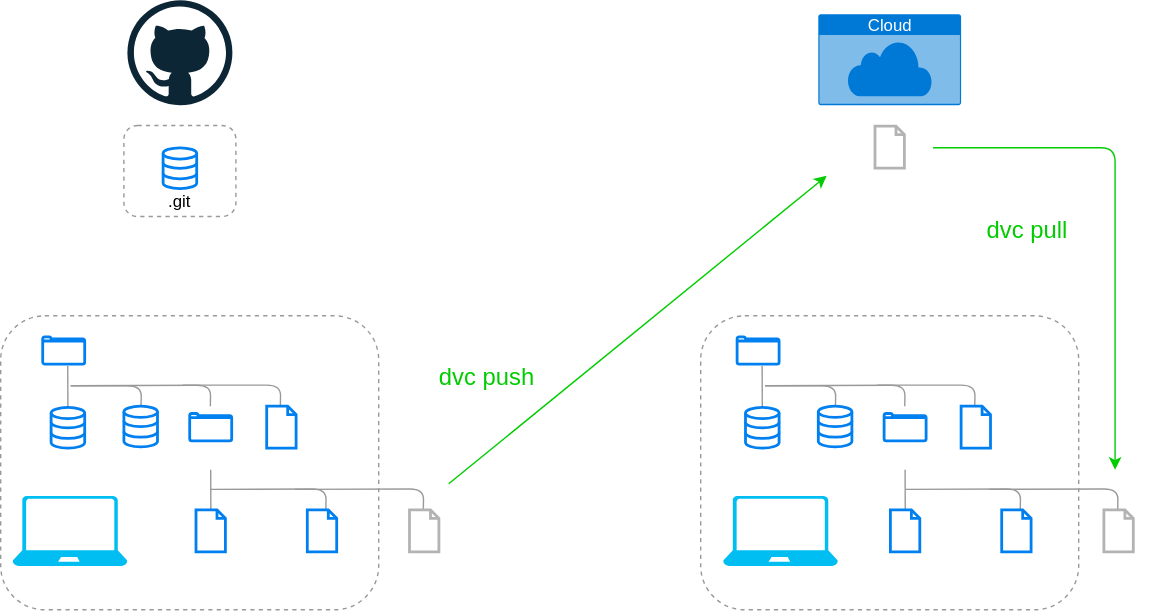
This is drawio/dvc.svg from kazuyanagimoto/github-workshop, a draw.io export, as it was before one commit. Source tidied: cells renumbered, new cells last; positions are measured from the earlier drawing's top-left corner, leaving out a move shared by most shapes. Its diagram source:
```xml
<mxGraphModel>
  <root>
    <mxCell id="0" />
    <mxCell id="1" parent="0" />
    <mxCell id="2" style="html=1;verticalLabelPosition=bottom;align=center;labelBackgroundColor=#ffffff;verticalAlign=top;strokeWidth=2;strokeColor=#0080F0;shadow=0;dashed=0;shape=mxgraph.ios7.icons.folder;fontSize=16;fillColor=none;" parent="1" vertex="1">
      <mxGeometry x="30" y="240" width="30" height="19.5" as="geometry" />
    </mxCell>
    <mxCell id="3" style="endArrow=none;html=1;fontSize=16;entryX=0.596;entryY=1.071;entryDx=0;entryDy=0;entryPerimeter=0;strokeColor=#999999;" parent="1" edge="1" target="2">
      <mxGeometry relative="1" as="geometry">
        <mxPoint x="48" y="290" as="sourcePoint" />
      </mxGeometry>
    </mxCell>
    <mxCell id="4" style="endArrow=none;html=1;fontSize=16;strokeColor=#999999;" parent="1" edge="1">
      <mxGeometry relative="1" as="geometry">
        <mxPoint x="50" y="275" as="sourcePoint" />
        <mxPoint x="149.8" y="289.5" as="targetPoint" />
        <Array as="points">
          <mxPoint x="150" y="274.5" />
        </Array>
      </mxGeometry>
    </mxCell>
    <mxCell id="5" style="endArrow=none;html=1;fontSize=16;strokeColor=#999999;" parent="1" edge="1">
      <mxGeometry relative="1" as="geometry">
        <mxPoint x="130" y="274.5" as="sourcePoint" />
        <mxPoint x="199.8" y="289.5" as="targetPoint" />
        <Array as="points">
          <mxPoint x="200" y="274.5" />
        </Array>
      </mxGeometry>
    </mxCell>
    <mxCell id="6" style="html=1;verticalLabelPosition=bottom;align=center;labelBackgroundColor=none;verticalAlign=top;strokeWidth=2;strokeColor=#0080F0;shadow=0;dashed=0;shape=mxgraph.ios7.icons.document;fontSize=16;fillColor=none;fontColor=#FFFFFF;" parent="1" vertex="1">
      <mxGeometry x="190" y="289.5" width="21" height="30" as="geometry" />
    </mxCell>
    <mxCell id="7" value=".git" style="html=1;verticalLabelPosition=bottom;align=center;labelBackgroundColor=none;verticalAlign=top;strokeWidth=2;strokeColor=#0080F0;shadow=0;dashed=0;shape=mxgraph.ios7.icons.data;fillColor=none;fontColor=#FFFFFF;" parent="1" vertex="1">
      <mxGeometry x="36" y="290.5" width="24" height="29.1" as="geometry" />
    </mxCell>
    <mxCell id="8" value="data" style="html=1;verticalLabelPosition=bottom;align=center;labelBackgroundColor=none;verticalAlign=top;strokeWidth=2;strokeColor=#0080F0;shadow=0;dashed=0;shape=mxgraph.ios7.icons.folder;fontSize=12;fillColor=none;fontColor=#FFFFFF;" parent="1" vertex="1">
      <mxGeometry x="135" y="294.8" width="30" height="19.5" as="geometry" />
    </mxCell>
    <mxCell id="9" style="rounded=1;whiteSpace=wrap;html=1;fontSize=16;strokeColor=#999999;dashed=1;fillColor=none;" parent="1" vertex="1">
      <mxGeometry x="88" y="89.1" width="80" height="65" as="geometry" />
    </mxCell>
    <mxCell id="10" style="html=1;verticalLabelPosition=bottom;align=center;labelBackgroundColor=none;verticalAlign=top;strokeWidth=2;strokeColor=#0080F0;shadow=0;dashed=0;shape=mxgraph.ios7.icons.data;fillColor=none;fontColor=#FFFFFF;" parent="1" vertex="1">
      <mxGeometry x="116" y="105" width="24" height="29.1" as="geometry" />
    </mxCell>
    <mxCell id="11" value=".git" style="text;html=1;strokeColor=none;fillColor=none;align=center;verticalAlign=middle;whiteSpace=wrap;rounded=0;" parent="1" vertex="1">
      <mxGeometry x="108" y="134.1" width="40" height="20" as="geometry" />
    </mxCell>
    <mxCell id="12" style="shape=flexArrow;endArrow=classic;html=1;fontColor=#FFFFFF;strokeColor=#FFFFFF;" parent="1" edge="1">
      <mxGeometry relative="1" as="geometry">
        <mxPoint x="125" y="209.5" as="sourcePoint" />
        <mxPoint x="125" y="169.5" as="targetPoint" />
      </mxGeometry>
    </mxCell>
    <mxCell id="13" value="git pull" style="text;html=1;strokeColor=none;fillColor=none;align=center;verticalAlign=middle;whiteSpace=wrap;rounded=0;fontSize=20;fontColor=#FFFFFF;" parent="1" vertex="1">
      <mxGeometry x="294.5" y="109.6" width="65" height="40" as="geometry" />
    </mxCell>
    <mxCell id="14" value="git push" style="text;html=1;strokeColor=none;fillColor=none;align=center;verticalAlign=middle;whiteSpace=wrap;rounded=0;fontSize=20;fontColor=#FFFFFF;" parent="1" vertex="1">
      <mxGeometry x="160.5" y="169.5" width="79.5" height="40" as="geometry" />
    </mxCell>
    <mxCell id="15" style="dashed=0;html=1;align=center;labelPosition=center;verticalLabelPosition=bottom;verticalAlign=top;shape=mxgraph.weblogos.github;fontSize=15;" parent="1" vertex="1">
      <mxGeometry x="90.5" y="-0.4" width="75" height="75" as="geometry" />
    </mxCell>
    <mxCell id="16" style="verticalLabelPosition=bottom;html=1;verticalAlign=top;align=center;strokeColor=none;fillColor=#00BEF2;shape=mxgraph.azure.laptop;fontSize=15;" parent="1" vertex="1">
      <mxGeometry x="8.5" y="353.7" width="82" height="50" as="geometry" />
    </mxCell>
    <mxCell id="17" style="endArrow=none;html=1;fontSize=16;strokeColor=#999999;" parent="1" edge="1">
      <mxGeometry relative="1" as="geometry">
        <mxPoint x="50" y="275" as="sourcePoint" />
        <mxPoint x="100.2" y="290" as="targetPoint" />
        <Array as="points">
          <mxPoint x="100.5" y="275" />
        </Array>
      </mxGeometry>
    </mxCell>
    <mxCell id="18" value=".dvc" style="html=1;verticalLabelPosition=bottom;align=center;labelBackgroundColor=none;verticalAlign=top;strokeWidth=2;strokeColor=#0080F0;shadow=0;dashed=0;shape=mxgraph.ios7.icons.data;fillColor=none;fontColor=#FFFFFF;" parent="1" vertex="1">
      <mxGeometry x="88" y="289.6" width="24" height="29.1" as="geometry" />
    </mxCell>
    <mxCell id="19" style="endArrow=none;html=1;fontSize=16;entryX=0.596;entryY=1.071;entryDx=0;entryDy=0;entryPerimeter=0;strokeColor=#999999;" parent="1" edge="1">
      <mxGeometry relative="1" as="geometry">
        <mxPoint x="150.1" y="364.1" as="sourcePoint" />
        <mxPoint x="150" y="335" as="targetPoint" />
      </mxGeometry>
    </mxCell>
    <mxCell id="20" style="endArrow=none;html=1;fontSize=16;strokeColor=#999999;" parent="1" edge="1">
      <mxGeometry relative="1" as="geometry">
        <mxPoint x="150" y="349" as="sourcePoint" />
        <mxPoint x="232.2" y="363.7" as="targetPoint" />
        <Array as="points">
          <mxPoint x="232.5" y="348.7" />
        </Array>
      </mxGeometry>
    </mxCell>
    <mxCell id="21" style="endArrow=none;html=1;fontSize=16;strokeColor=#999999;" parent="1" edge="1">
      <mxGeometry relative="1" as="geometry">
        <mxPoint x="210" y="349" as="sourcePoint" />
        <mxPoint x="301.9" y="363.7" as="targetPoint" />
        <Array as="points">
          <mxPoint x="302.1" y="348.7" />
        </Array>
      </mxGeometry>
    </mxCell>
    <mxCell id="22" value=".gitignore" style="html=1;verticalLabelPosition=bottom;align=center;labelBackgroundColor=none;verticalAlign=top;strokeWidth=2;strokeColor=#0080F0;shadow=0;dashed=0;shape=mxgraph.ios7.icons.document;fontSize=12;fillColor=none;fontColor=#FFFFFF;" parent="1" vertex="1">
      <mxGeometry x="139.5" y="363.7" width="21" height="30" as="geometry" />
    </mxCell>
    <mxCell id="23" value="data1.csv.dvc" style="html=1;verticalLabelPosition=bottom;align=center;labelBackgroundColor=none;verticalAlign=top;strokeWidth=2;strokeColor=#0080F0;shadow=0;dashed=0;shape=mxgraph.ios7.icons.document;fontSize=12;fillColor=none;fontColor=#FFFFFF;" parent="1" vertex="1">
      <mxGeometry x="219" y="363.7" width="21" height="30" as="geometry" />
    </mxCell>
    <mxCell id="24" value="data1.csv" style="html=1;verticalLabelPosition=bottom;align=center;labelBackgroundColor=none;verticalAlign=top;strokeWidth=2;shadow=0;dashed=0;shape=mxgraph.ios7.icons.document;fontSize=12;fillColor=none;strokeColor=#B3B3B3;fontColor=#FFFFFF;" parent="1" vertex="1">
      <mxGeometry x="292" y="363.7" width="21" height="30" as="geometry" />
    </mxCell>
    <mxCell id="25" style="rounded=1;whiteSpace=wrap;html=1;fontSize=16;strokeColor=#999999;dashed=1;fillColor=none;" parent="1" vertex="1">
      <mxGeometry y="225" width="270" height="210" as="geometry" />
    </mxCell>
    <mxCell id="26" style="html=1;verticalLabelPosition=bottom;align=center;labelBackgroundColor=#ffffff;verticalAlign=top;strokeWidth=2;strokeColor=#0080F0;shadow=0;dashed=0;shape=mxgraph.ios7.icons.folder;fontSize=16;fillColor=none;" parent="1" vertex="1">
      <mxGeometry x="526" y="240" width="30" height="19.5" as="geometry" />
    </mxCell>
    <mxCell id="27" style="endArrow=none;html=1;fontSize=16;entryX=0.596;entryY=1.071;entryDx=0;entryDy=0;entryPerimeter=0;strokeColor=#999999;" parent="1" edge="1" target="26">
      <mxGeometry relative="1" as="geometry">
        <mxPoint x="544" y="290" as="sourcePoint" />
      </mxGeometry>
    </mxCell>
    <mxCell id="28" style="endArrow=none;html=1;fontSize=16;strokeColor=#999999;" parent="1" edge="1">
      <mxGeometry relative="1" as="geometry">
        <mxPoint x="546" y="275" as="sourcePoint" />
        <mxPoint x="645.8" y="289.5" as="targetPoint" />
        <Array as="points">
          <mxPoint x="646" y="274.5" />
        </Array>
      </mxGeometry>
    </mxCell>
    <mxCell id="29" style="endArrow=none;html=1;fontSize=16;strokeColor=#999999;" parent="1" edge="1">
      <mxGeometry relative="1" as="geometry">
        <mxPoint x="626" y="274.5" as="sourcePoint" />
        <mxPoint x="695.8" y="289.5" as="targetPoint" />
        <Array as="points">
          <mxPoint x="696" y="274.5" />
        </Array>
      </mxGeometry>
    </mxCell>
    <mxCell id="30" style="html=1;verticalLabelPosition=bottom;align=center;labelBackgroundColor=none;verticalAlign=top;strokeWidth=2;strokeColor=#0080F0;shadow=0;dashed=0;shape=mxgraph.ios7.icons.document;fontSize=16;fillColor=none;fontColor=#FFFFFF;" parent="1" vertex="1">
      <mxGeometry x="686" y="289.5" width="21" height="30" as="geometry" />
    </mxCell>
    <mxCell id="31" value=".git" style="html=1;verticalLabelPosition=bottom;align=center;labelBackgroundColor=none;verticalAlign=top;strokeWidth=2;strokeColor=#0080F0;shadow=0;dashed=0;shape=mxgraph.ios7.icons.data;fillColor=none;fontColor=#FFFFFF;" parent="1" vertex="1">
      <mxGeometry x="532" y="290.5" width="24" height="29.1" as="geometry" />
    </mxCell>
    <mxCell id="32" value="data" style="html=1;verticalLabelPosition=bottom;align=center;labelBackgroundColor=none;verticalAlign=top;strokeWidth=2;strokeColor=#0080F0;shadow=0;dashed=0;shape=mxgraph.ios7.icons.folder;fontSize=12;fillColor=none;fontColor=#FFFFFF;" parent="1" vertex="1">
      <mxGeometry x="631" y="294.8" width="30" height="19.5" as="geometry" />
    </mxCell>
    <mxCell id="33" style="verticalLabelPosition=bottom;html=1;verticalAlign=top;align=center;strokeColor=none;fillColor=#00BEF2;shape=mxgraph.azure.laptop;fontSize=15;" parent="1" vertex="1">
      <mxGeometry x="516" y="353.7" width="82" height="50" as="geometry" />
    </mxCell>
    <mxCell id="34" style="endArrow=none;html=1;fontSize=16;strokeColor=#999999;" parent="1" edge="1">
      <mxGeometry relative="1" as="geometry">
        <mxPoint x="546" y="275" as="sourcePoint" />
        <mxPoint x="596.2" y="290" as="targetPoint" />
        <Array as="points">
          <mxPoint x="596.5" y="275" />
        </Array>
      </mxGeometry>
    </mxCell>
    <mxCell id="35" value=".dvc" style="html=1;verticalLabelPosition=bottom;align=center;labelBackgroundColor=none;verticalAlign=top;strokeWidth=2;strokeColor=#0080F0;shadow=0;dashed=0;shape=mxgraph.ios7.icons.data;fillColor=none;fontColor=#FFFFFF;" parent="1" vertex="1">
      <mxGeometry x="584" y="289.6" width="24" height="29.1" as="geometry" />
    </mxCell>
    <mxCell id="36" style="endArrow=none;html=1;fontSize=16;entryX=0.596;entryY=1.071;entryDx=0;entryDy=0;entryPerimeter=0;strokeColor=#999999;" parent="1" edge="1">
      <mxGeometry relative="1" as="geometry">
        <mxPoint x="646.1" y="364.1" as="sourcePoint" />
        <mxPoint x="646" y="335" as="targetPoint" />
      </mxGeometry>
    </mxCell>
    <mxCell id="37" style="endArrow=none;html=1;fontSize=16;strokeColor=#999999;" parent="1" edge="1">
      <mxGeometry relative="1" as="geometry">
        <mxPoint x="646" y="349" as="sourcePoint" />
        <mxPoint x="728.2" y="363.7" as="targetPoint" />
        <Array as="points">
          <mxPoint x="728.5" y="348.7" />
        </Array>
      </mxGeometry>
    </mxCell>
    <mxCell id="38" style="endArrow=none;html=1;fontSize=16;strokeColor=#999999;" parent="1" edge="1">
      <mxGeometry relative="1" as="geometry">
        <mxPoint x="706" y="349" as="sourcePoint" />
        <mxPoint x="797.9" y="363.7" as="targetPoint" />
        <Array as="points">
          <mxPoint x="798.1" y="348.7" />
        </Array>
      </mxGeometry>
    </mxCell>
    <mxCell id="39" value=".gitignore" style="html=1;verticalLabelPosition=bottom;align=center;labelBackgroundColor=none;verticalAlign=top;strokeWidth=2;strokeColor=#0080F0;shadow=0;dashed=0;shape=mxgraph.ios7.icons.document;fontSize=12;fillColor=none;fontColor=#FFFFFF;" parent="1" vertex="1">
      <mxGeometry x="635.5" y="363.7" width="21" height="30" as="geometry" />
    </mxCell>
    <mxCell id="40" value="data1.csv.dvc" style="html=1;verticalLabelPosition=bottom;align=center;labelBackgroundColor=none;verticalAlign=top;strokeWidth=2;strokeColor=#0080F0;shadow=0;dashed=0;shape=mxgraph.ios7.icons.document;fontSize=12;fillColor=none;fontColor=#FFFFFF;" parent="1" vertex="1">
      <mxGeometry x="715" y="363.7" width="21" height="30" as="geometry" />
    </mxCell>
    <mxCell id="41" value="data1.csv" style="html=1;verticalLabelPosition=bottom;align=center;labelBackgroundColor=none;verticalAlign=top;strokeWidth=2;shadow=0;dashed=0;shape=mxgraph.ios7.icons.document;fontSize=12;fillColor=none;strokeColor=#B3B3B3;fontColor=#FFFFFF;" parent="1" vertex="1">
      <mxGeometry x="788" y="363.7" width="21" height="30" as="geometry" />
    </mxCell>
    <mxCell id="42" style="rounded=1;whiteSpace=wrap;html=1;fontSize=16;strokeColor=#999999;dashed=1;fillColor=none;" parent="1" vertex="1">
      <mxGeometry x="500" y="225" width="270" height="210" as="geometry" />
    </mxCell>
    <mxCell id="43" value="Cloud" style="html=1;strokeColor=none;fillColor=#0079D6;labelPosition=center;verticalLabelPosition=middle;verticalAlign=top;align=center;fontSize=12;spacingTop=-6;fontColor=#FFFFFF;shape=mxgraph.sitemap.cloud;labelBackgroundColor=none;" parent="1" vertex="1">
      <mxGeometry x="584" y="9.6" width="102" height="65" as="geometry" />
    </mxCell>
    <mxCell id="44" value="data1.csv" style="html=1;verticalLabelPosition=bottom;align=center;labelBackgroundColor=none;verticalAlign=top;strokeWidth=2;shadow=0;dashed=0;shape=mxgraph.ios7.icons.document;fontSize=12;fillColor=none;strokeColor=#B3B3B3;fontColor=#FFFFFF;" parent="1" vertex="1">
      <mxGeometry x="624.5" y="89.6" width="21" height="30" as="geometry" />
    </mxCell>
    <mxCell id="45" style="shape=flexArrow;endArrow=classic;html=1;fontColor=#FFFFFF;strokeColor=#FFFFFF;" parent="1" edge="1">
      <mxGeometry relative="1" as="geometry">
        <mxPoint x="202.5" y="120.4" as="sourcePoint" />
        <mxPoint x="450" y="205" as="targetPoint" />
      </mxGeometry>
    </mxCell>
    <mxCell id="46" style="endArrow=classic;html=1;fontSize=12;strokeColor=#00CC00;" parent="1" edge="1">
      <mxGeometry relative="1" as="geometry">
        <mxPoint x="320" y="345" as="sourcePoint" />
        <mxPoint x="590" y="125" as="targetPoint" />
      </mxGeometry>
    </mxCell>
    <mxCell id="47" style="endArrow=classic;html=1;fontSize=12;strokeColor=#00CC00;" parent="1" edge="1">
      <mxGeometry relative="1" as="geometry">
        <mxPoint x="666" y="105" as="sourcePoint" />
        <mxPoint x="796" y="335" as="targetPoint" />
        <Array as="points">
          <mxPoint x="796" y="105" />
        </Array>
      </mxGeometry>
    </mxCell>
    <mxCell id="48" value="dvc push" style="text;html=1;strokeColor=none;fillColor=none;align=center;verticalAlign=middle;whiteSpace=wrap;rounded=0;labelBackgroundColor=none;fontSize=17;fontColor=#00CC00;" parent="1" vertex="1">
      <mxGeometry x="300" y="259.5" width="95" height="20" as="geometry" />
    </mxCell>
    <mxCell id="49" value="dvc pull" style="text;html=1;strokeColor=none;fillColor=none;align=center;verticalAlign=middle;whiteSpace=wrap;rounded=0;labelBackgroundColor=none;fontSize=17;fontColor=#00CC00;" parent="1" vertex="1">
      <mxGeometry x="686" y="155" width="95" height="20" as="geometry" />
    </mxCell>
  </root>
</mxGraphModel>
```
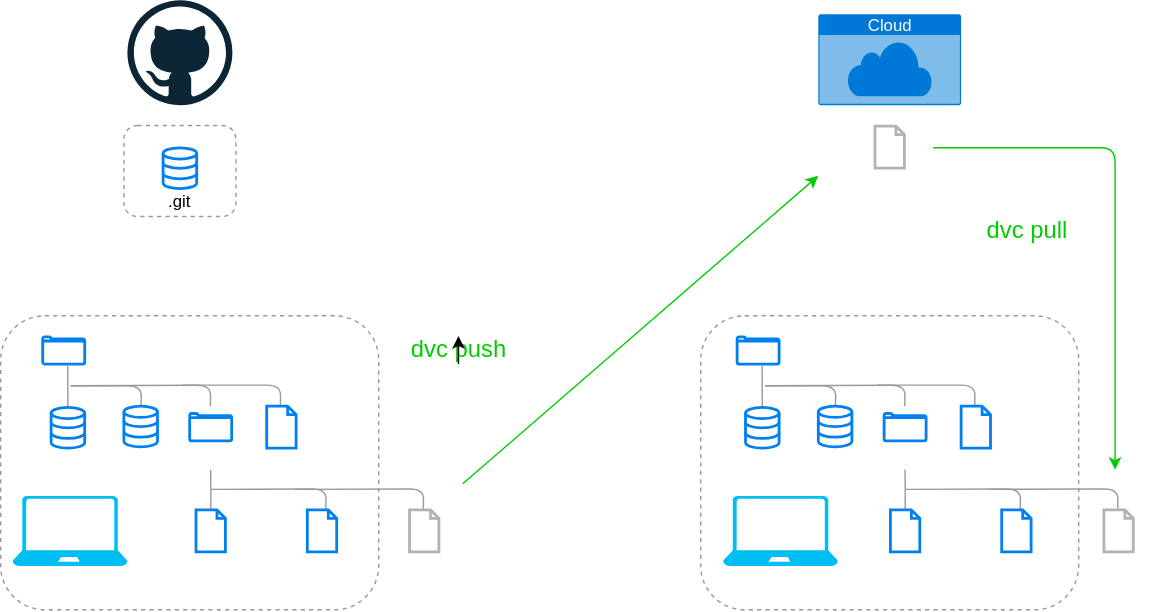
The same file after the commit.

Change to the diagram source:
```diff
@@ -206,14 +206,14 @@
     </mxCell>
     <mxCell id="45" style="shape=flexArrow;endArrow=classic;html=1;fontColor=#FFFFFF;strokeColor=#FFFFFF;" parent="1" edge="1">
       <mxGeometry relative="1" as="geometry">
-        <mxPoint x="202.5" y="120.4" as="sourcePoint" />
-        <mxPoint x="450" y="205" as="targetPoint" />
+        <mxPoint x="180" y="125" as="sourcePoint" />
+        <mxPoint x="500" y="235" as="targetPoint" />
       </mxGeometry>
     </mxCell>
     <mxCell id="46" style="endArrow=classic;html=1;fontSize=12;strokeColor=#00CC00;" parent="1" edge="1">
       <mxGeometry relative="1" as="geometry">
-        <mxPoint x="320" y="345" as="sourcePoint" />
-        <mxPoint x="590" y="125" as="targetPoint" />
+        <mxPoint x="330" y="345" as="sourcePoint" />
+        <mxPoint x="584" y="125" as="targetPoint" />
       </mxGeometry>
     </mxCell>
     <mxCell id="47" style="endArrow=classic;html=1;fontSize=12;strokeColor=#00CC00;" parent="1" edge="1">
@@ -226,10 +226,13 @@
       </mxGeometry>
     </mxCell>
     <mxCell id="48" value="dvc push" style="text;html=1;strokeColor=none;fillColor=none;align=center;verticalAlign=middle;whiteSpace=wrap;rounded=0;labelBackgroundColor=none;fontSize=17;fontColor=#00CC00;" parent="1" vertex="1">
-      <mxGeometry x="300" y="259.5" width="95" height="20" as="geometry" />
+      <mxGeometry x="279.5" y="239.5" width="95" height="20" as="geometry" />
     </mxCell>
     <mxCell id="49" value="dvc pull" style="text;html=1;strokeColor=none;fillColor=none;align=center;verticalAlign=middle;whiteSpace=wrap;rounded=0;labelBackgroundColor=none;fontSize=17;fontColor=#00CC00;" parent="1" vertex="1">
       <mxGeometry x="686" y="155" width="95" height="20" as="geometry" />
     </mxCell>
+    <mxCell id="50" style="edgeStyle=orthogonalEdgeStyle;rounded=0;orthogonalLoop=1;jettySize=auto;html=1;exitX=0.5;exitY=1;exitDx=0;exitDy=0;entryX=0.5;entryY=0;entryDx=0;entryDy=0;" parent="1" edge="1" source="48" target="48">
+      <mxGeometry relative="1" as="geometry" />
+    </mxCell>
   </root>
 </mxGraphModel>
```
